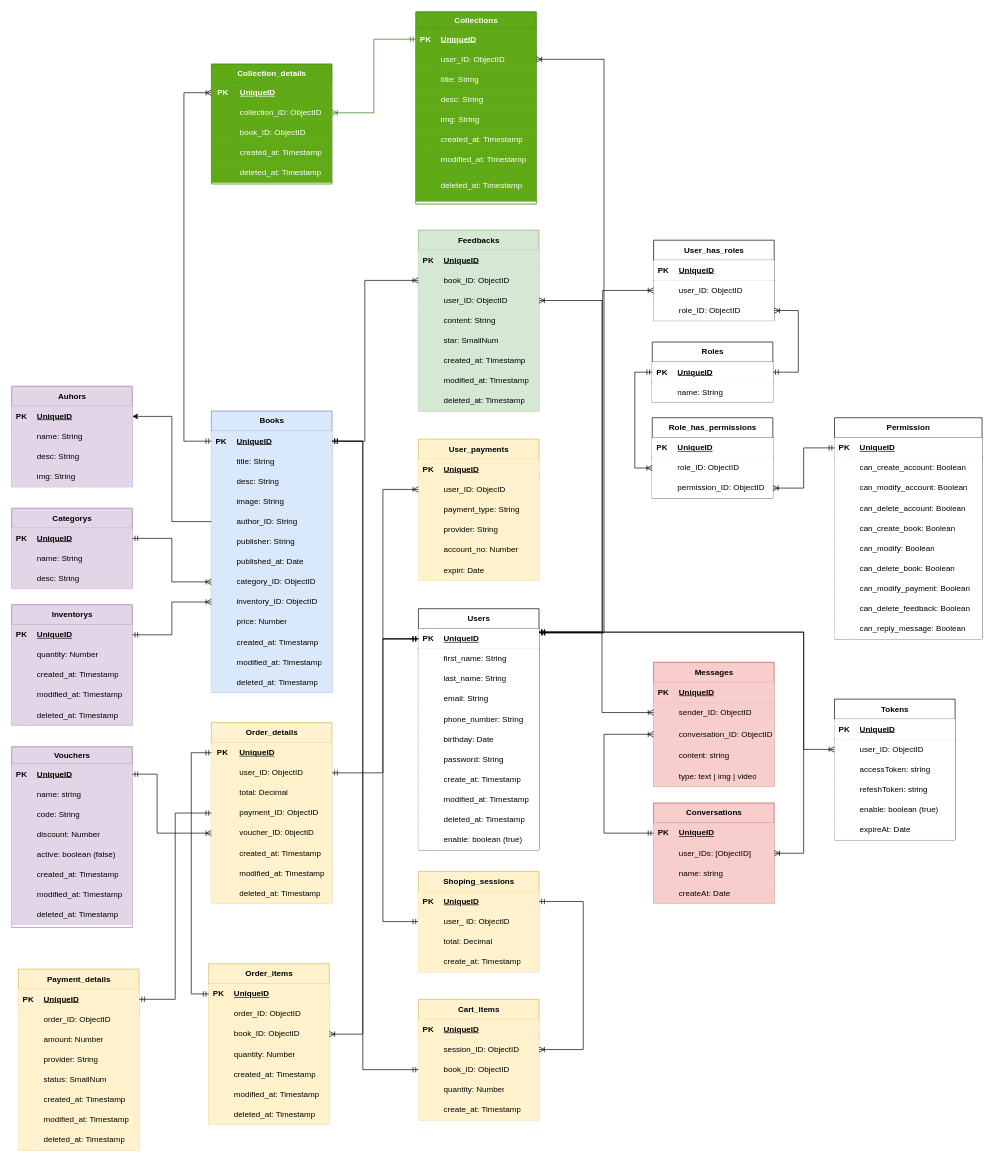
Before: Diagram-Ebook-Shop.drawio in Khanh-BangPham/Diagram-Store, a draw.io diagram. Source tidied: cells renumbered, new cells numbered last; positions are measured from the earlier drawing's top-left corner, leaving out a move shared by most shapes. Both pictures are drawn from the tidied source at 67%, with x=0, y=0 at pixel (11, 11).
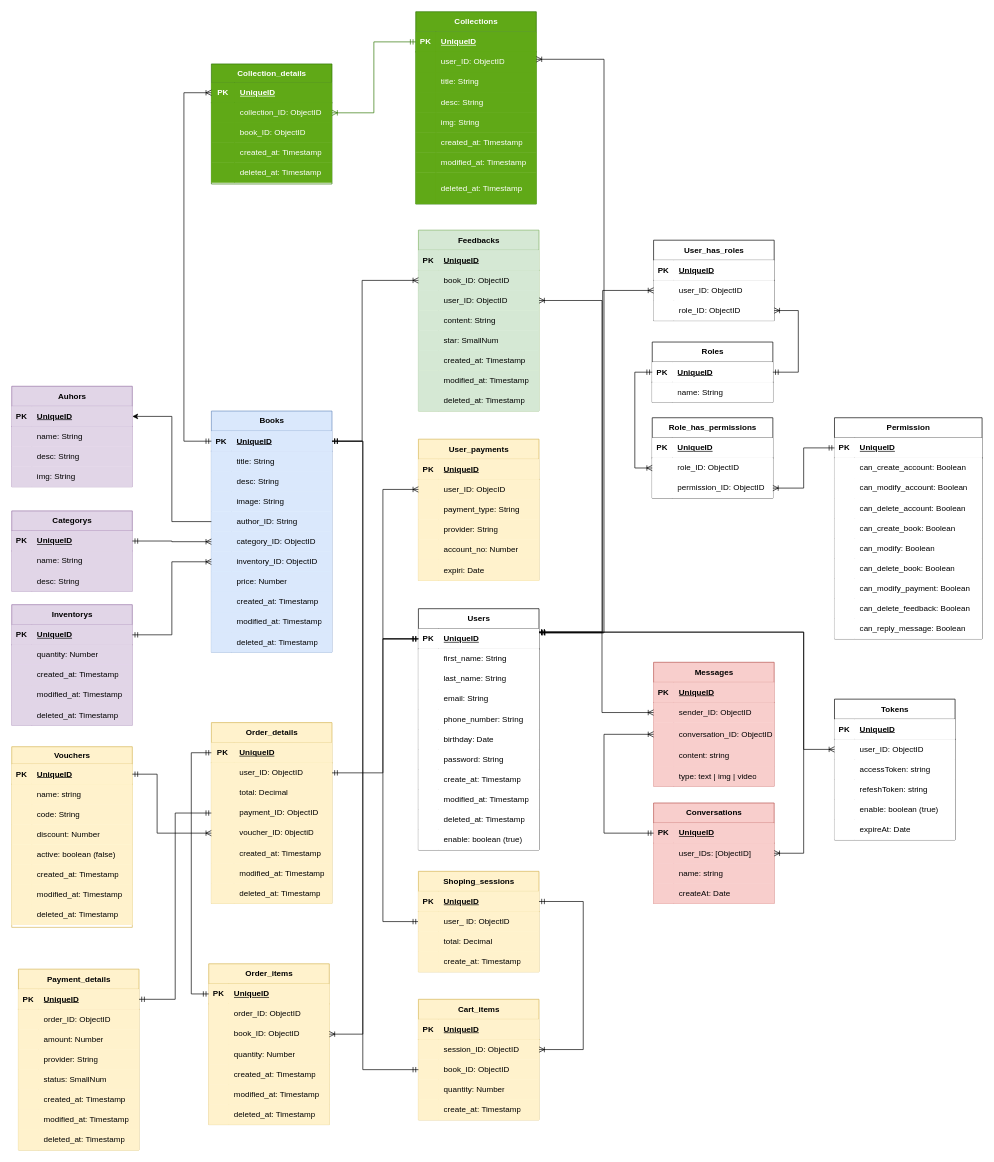
Above is the later version.

Commit message:
Cập nhật Diagram-Ebook-Shop.drawio

Unchanged cells that the change refers to:
```xml
<mxCell id="56" style="shape=tableRow;horizontal=0;startSize=0;swimlaneHead=0;swimlaneBody=0;fillColor=#dae8fc;points=[[0,0.5],[1,0.5]];portConstraint=eastwest;top=0;left=0;right=0;bottom=1;strokeColor=#6c8ebf;" parent="55" vertex="1">
  <mxGeometry y="30" width="180" height="30" as="geometry" />
</mxCell>
<mxCell id="99" style="shape=tableRow;horizontal=0;startSize=0;swimlaneHead=0;swimlaneBody=0;fillColor=#d5e8d4;points=[[0,0.5],[1,0.5]];portConstraint=eastwest;top=0;left=0;right=0;bottom=0;strokeColor=#82b366;" parent="95" vertex="1">
  <mxGeometry y="60" width="180" height="30" as="geometry" />
</mxCell>
```

Change to the diagram source:
```diff
@@
     <mxCell id="55" value="Books" style="shape=table;startSize=30;childLayout=tableLayout;rowLines=0;fontStyle=1;align=center;html=1;fillColor=#dae8fc;strokeColor=#6c8ebf;" parent="1" vertex="1">
-      <mxGeometry x="298" y="596" width="180" height="420" as="geometry" />
+      <mxGeometry x="298" y="596" width="180" height="360" as="geometry" />
     </mxCell>
@@
-    <mxCell id="71" style="shape=tableRow;horizontal=0;startSize=0;swimlaneHead=0;swimlaneBody=0;fillColor=#dae8fc;top=0;left=0;right=0;bottom=0;strokeColor=#6c8ebf;" parent="55" vertex="1">
-      <mxGeometry y="180" width="180" height="30" as="geometry" />
-    </mxCell>
-    <mxCell id="72" style="shape=partialRectangle;fillColor=#dae8fc;top=0;left=0;bottom=0;right=0;overflow=hidden;whiteSpace=wrap;html=1;strokeColor=#6c8ebf;" parent="71" vertex="1">
-      <mxGeometry width="30" height="30" as="geometry" />
-    </mxCell>
-    <mxCell id="73" value="publisher: String" style="shape=partialRectangle;fillColor=#dae8fc;top=0;left=0;bottom=0;right=0;align=left;spacingLeft=6;overflow=hidden;whiteSpace=wrap;html=1;strokeColor=#6c8ebf;" parent="71" vertex="1">
-      <mxGeometry x="30" width="150" height="30" as="geometry" />
-    </mxCell>
-    <mxCell id="74" style="shape=tableRow;horizontal=0;startSize=0;swimlaneHead=0;swimlaneBody=0;fillColor=#dae8fc;top=0;left=0;right=0;bottom=0;strokeColor=#6c8ebf;" parent="55" vertex="1">
-      <mxGeometry y="210" width="180" height="30" as="geometry" />
-    </mxCell>
-    <mxCell id="75" style="shape=partialRectangle;fillColor=#dae8fc;top=0;left=0;bottom=0;right=0;overflow=hidden;whiteSpace=wrap;html=1;strokeColor=#6c8ebf;" parent="74" vertex="1">
-      <mxGeometry width="30" height="30" as="geometry" />
-    </mxCell>
-    <mxCell id="76" value="published_at: Date" style="shape=partialRectangle;fillColor=#dae8fc;top=0;left=0;bottom=0;right=0;align=left;spacingLeft=6;overflow=hidden;whiteSpace=wrap;html=1;strokeColor=#6c8ebf;" parent="74" vertex="1">
-      <mxGeometry x="30" width="150" height="30" as="geometry" />
-    </mxCell>
     <mxCell id="77" style="shape=tableRow;horizontal=0;startSize=0;swimlaneHead=0;swimlaneBody=0;fillColor=#dae8fc;points=[[0,0.5],[1,0.5]];portConstraint=eastwest;top=0;left=0;right=0;bottom=0;strokeColor=#6c8ebf;" parent="55" vertex="1">
-      <mxGeometry y="240" width="180" height="30" as="geometry" />
+      <mxGeometry y="180" width="180" height="30" as="geometry" />
     </mxCell>
@@
     <mxCell id="80" style="shape=tableRow;horizontal=0;startSize=0;swimlaneHead=0;swimlaneBody=0;fillColor=#dae8fc;points=[[0,0.5],[1,0.5]];portConstraint=eastwest;top=0;left=0;right=0;bottom=0;strokeColor=#6c8ebf;" parent="55" vertex="1">
-      <mxGeometry y="270" width="180" height="30" as="geometry" />
+      <mxGeometry y="210" width="180" height="30" as="geometry" />
     </mxCell>
@@
     <mxCell id="83" style="shape=tableRow;horizontal=0;startSize=0;swimlaneHead=0;swimlaneBody=0;fillColor=#dae8fc;top=0;left=0;right=0;bottom=0;strokeColor=#6c8ebf;" parent="55" vertex="1">
-      <mxGeometry y="300" width="180" height="30" as="geometry" />
+      <mxGeometry y="240" width="180" height="30" as="geometry" />
     </mxCell>
@@
     <mxCell id="86" style="shape=tableRow;horizontal=0;startSize=0;swimlaneHead=0;swimlaneBody=0;fillColor=#dae8fc;top=0;left=0;right=0;bottom=0;strokeColor=#6c8ebf;" parent="55" vertex="1">
-      <mxGeometry y="330" width="180" height="30" as="geometry" />
+      <mxGeometry y="270" width="180" height="30" as="geometry" />
     </mxCell>
@@
     <mxCell id="89" style="shape=tableRow;horizontal=0;startSize=0;swimlaneHead=0;swimlaneBody=0;fillColor=#dae8fc;top=0;left=0;right=0;bottom=0;strokeColor=#6c8ebf;" parent="55" vertex="1">
-      <mxGeometry y="360" width="180" height="30" as="geometry" />
+      <mxGeometry y="300" width="180" height="30" as="geometry" />
     </mxCell>
@@
     <mxCell id="92" style="shape=tableRow;horizontal=0;startSize=0;swimlaneHead=0;swimlaneBody=0;fillColor=#dae8fc;top=0;left=0;right=0;bottom=0;strokeColor=#6c8ebf;" parent="55" vertex="1">
-      <mxGeometry y="390" width="180" height="30" as="geometry" />
+      <mxGeometry y="330" width="180" height="30" as="geometry" />
     </mxCell>
@@
     <mxCell id="120" value="Categorys" style="shape=table;startSize=30;childLayout=tableLayout;rowLines=0;fontStyle=1;align=center;html=1;fillColor=#e1d5e7;strokeColor=#9673a6;" parent="1" vertex="1">
-      <mxGeometry y="741" width="180" height="120" as="geometry" />
+      <mxGeometry y="745" width="180" height="120" as="geometry" />
     </mxCell>
@@
-    <mxCell id="159" value="Vouchers" style="shape=table;startSize=26;childLayout=tableLayout;rowLines=0;fontStyle=1;align=center;html=1;fillColor=#e1d5e7;strokeColor=#9673a6;" parent="1" vertex="1">
+    <mxCell id="159" value="Vouchers" style="shape=table;startSize=26;childLayout=tableLayout;rowLines=0;fontStyle=1;align=center;html=1;fillColor=#fff2cc;strokeColor=#d6b656;" parent="1" vertex="1">
       <mxGeometry y="1097" width="180" height="269.6" as="geometry" />
     </mxCell>
-    <mxCell id="160" style="shape=tableRow;horizontal=0;startSize=0;swimlaneHead=0;swimlaneBody=0;fillColor=#e1d5e7;points=[[0,0.5],[1,0.5]];portConstraint=eastwest;top=0;left=0;right=0;bottom=1;strokeColor=#9673a6;" parent="159" vertex="1">
+    <mxCell id="160" style="shape=tableRow;horizontal=0;startSize=0;swimlaneHead=0;swimlaneBody=0;fillColor=#fff2cc;points=[[0,0.5],[1,0.5]];portConstraint=eastwest;top=0;left=0;right=0;bottom=1;strokeColor=#d6b656;" parent="159" vertex="1">
       <mxGeometry y="26" width="180" height="30" as="geometry" />
     </mxCell>
-    <mxCell id="161" value="PK" style="shape=partialRectangle;fillColor=#e1d5e7;top=0;left=0;bottom=0;right=0;fontStyle=1;overflow=hidden;whiteSpace=wrap;html=1;strokeColor=#9673a6;" parent="160" vertex="1">
+    <mxCell id="161" value="PK" style="shape=partialRectangle;fillColor=#fff2cc;top=0;left=0;bottom=0;right=0;fontStyle=1;overflow=hidden;whiteSpace=wrap;html=1;strokeColor=#d6b656;" parent="160" vertex="1">
       <mxGeometry width="30" height="30" as="geometry" />
     </mxCell>
-    <mxCell id="162" value="UniqueID" style="shape=partialRectangle;fillColor=#e1d5e7;top=0;left=0;bottom=0;right=0;align=left;spacingLeft=6;fontStyle=5;overflow=hidden;whiteSpace=wrap;html=1;strokeColor=#9673a6;" parent="160" vertex="1">
+    <mxCell id="162" value="UniqueID" style="shape=partialRectangle;fillColor=#fff2cc;top=0;left=0;bottom=0;right=0;align=left;spacingLeft=6;fontStyle=5;overflow=hidden;whiteSpace=wrap;html=1;strokeColor=#d6b656;" parent="160" vertex="1">
       <mxGeometry x="30" width="150" height="30" as="geometry" />
     </mxCell>
-    <mxCell id="163" style="shape=tableRow;horizontal=0;startSize=0;swimlaneHead=0;swimlaneBody=0;fillColor=#e1d5e7;top=0;left=0;right=0;bottom=0;strokeColor=#9673a6;" parent="159" vertex="1">
+    <mxCell id="163" style="shape=tableRow;horizontal=0;startSize=0;swimlaneHead=0;swimlaneBody=0;fillColor=#fff2cc;top=0;left=0;right=0;bottom=0;strokeColor=#d6b656;" parent="159" vertex="1">
       <mxGeometry y="56" width="180" height="30" as="geometry" />
     </mxCell>
-    <mxCell id="164" style="shape=partialRectangle;fillColor=#e1d5e7;top=0;left=0;bottom=0;right=0;overflow=hidden;whiteSpace=wrap;html=1;strokeColor=#9673a6;" parent="163" vertex="1">
+    <mxCell id="164" style="shape=partialRectangle;fillColor=#fff2cc;top=0;left=0;bottom=0;right=0;overflow=hidden;whiteSpace=wrap;html=1;strokeColor=#d6b656;" parent="163" vertex="1">
       <mxGeometry width="30" height="30" as="geometry" />
     </mxCell>
-    <mxCell id="165" value="name: string" style="shape=partialRectangle;fillColor=#e1d5e7;top=0;left=0;bottom=0;right=0;align=left;spacingLeft=6;overflow=hidden;whiteSpace=wrap;html=1;strokeColor=#9673a6;" parent="163" vertex="1">
+    <mxCell id="165" value="name: string" style="shape=partialRectangle;fillColor=#fff2cc;top=0;left=0;bottom=0;right=0;align=left;spacingLeft=6;overflow=hidden;whiteSpace=wrap;html=1;strokeColor=#d6b656;" parent="163" vertex="1">
       <mxGeometry x="30" width="150" height="30" as="geometry" />
     </mxCell>
-    <mxCell id="166" style="shape=tableRow;horizontal=0;startSize=0;swimlaneHead=0;swimlaneBody=0;fillColor=#e1d5e7;top=0;left=0;right=0;bottom=0;strokeColor=#9673a6;" parent="159" vertex="1">
+    <mxCell id="166" style="shape=tableRow;horizontal=0;startSize=0;swimlaneHead=0;swimlaneBody=0;fillColor=#fff2cc;top=0;left=0;right=0;bottom=0;strokeColor=#d6b656;" parent="159" vertex="1">
       <mxGeometry y="86" width="180" height="30" as="geometry" />
     </mxCell>
-    <mxCell id="167" style="shape=partialRectangle;fillColor=#e1d5e7;top=0;left=0;bottom=0;right=0;overflow=hidden;whiteSpace=wrap;html=1;strokeColor=#9673a6;" parent="166" vertex="1">
+    <mxCell id="167" style="shape=partialRectangle;fillColor=#fff2cc;top=0;left=0;bottom=0;right=0;overflow=hidden;whiteSpace=wrap;html=1;strokeColor=#d6b656;" parent="166" vertex="1">
       <mxGeometry width="30" height="30" as="geometry" />
     </mxCell>
-    <mxCell id="168" value="code: String" style="shape=partialRectangle;fillColor=#e1d5e7;top=0;left=0;bottom=0;right=0;align=left;spacingLeft=6;overflow=hidden;whiteSpace=wrap;html=1;strokeColor=#9673a6;" parent="166" vertex="1">
+    <mxCell id="168" value="code: String" style="shape=partialRectangle;fillColor=#fff2cc;top=0;left=0;bottom=0;right=0;align=left;spacingLeft=6;overflow=hidden;whiteSpace=wrap;html=1;strokeColor=#d6b656;" parent="166" vertex="1">
       <mxGeometry x="30" width="150" height="30" as="geometry" />
     </mxCell>
-    <mxCell id="169" style="shape=tableRow;horizontal=0;startSize=0;swimlaneHead=0;swimlaneBody=0;fillColor=#e1d5e7;top=0;left=0;right=0;bottom=0;strokeColor=#9673a6;" parent="159" vertex="1">
+    <mxCell id="169" style="shape=tableRow;horizontal=0;startSize=0;swimlaneHead=0;swimlaneBody=0;fillColor=#fff2cc;top=0;left=0;right=0;bottom=0;strokeColor=#d6b656;" parent="159" vertex="1">
       <mxGeometry y="116" width="180" height="30" as="geometry" />
     </mxCell>
-    <mxCell id="170" style="shape=partialRectangle;fillColor=#e1d5e7;top=0;left=0;bottom=0;right=0;overflow=hidden;whiteSpace=wrap;html=1;strokeColor=#9673a6;" parent="169" vertex="1">
+    <mxCell id="170" style="shape=partialRectangle;fillColor=#fff2cc;top=0;left=0;bottom=0;right=0;overflow=hidden;whiteSpace=wrap;html=1;strokeColor=#d6b656;" parent="169" vertex="1">
       <mxGeometry width="30" height="30" as="geometry" />
     </mxCell>
-    <mxCell id="171" value="discount: Number" style="shape=partialRectangle;fillColor=#e1d5e7;top=0;left=0;bottom=0;right=0;align=left;spacingLeft=6;overflow=hidden;whiteSpace=wrap;html=1;strokeColor=#9673a6;" parent="169" vertex="1">
+    <mxCell id="171" value="discount: Number" style="shape=partialRectangle;fillColor=#fff2cc;top=0;left=0;bottom=0;right=0;align=left;spacingLeft=6;overflow=hidden;whiteSpace=wrap;html=1;strokeColor=#d6b656;" parent="169" vertex="1">
       <mxGeometry x="30" width="150" height="30" as="geometry" />
     </mxCell>
-    <mxCell id="172" style="shape=tableRow;horizontal=0;startSize=0;swimlaneHead=0;swimlaneBody=0;fillColor=#e1d5e7;top=0;left=0;right=0;bottom=0;strokeColor=#9673a6;" parent="159" vertex="1">
+    <mxCell id="172" style="shape=tableRow;horizontal=0;startSize=0;swimlaneHead=0;swimlaneBody=0;fillColor=#fff2cc;top=0;left=0;right=0;bottom=0;strokeColor=#d6b656;" parent="159" vertex="1">
       <mxGeometry y="146" width="180" height="30" as="geometry" />
     </mxCell>
-    <mxCell id="173" style="shape=partialRectangle;fillColor=#e1d5e7;top=0;left=0;bottom=0;right=0;overflow=hidden;whiteSpace=wrap;html=1;strokeColor=#9673a6;" parent="172" vertex="1">
+    <mxCell id="173" style="shape=partialRectangle;fillColor=#fff2cc;top=0;left=0;bottom=0;right=0;overflow=hidden;whiteSpace=wrap;html=1;strokeColor=#d6b656;" parent="172" vertex="1">
       <mxGeometry width="30" height="30" as="geometry" />
     </mxCell>
-    <mxCell id="174" value="active: boolean (false)" style="shape=partialRectangle;fillColor=#e1d5e7;top=0;left=0;bottom=0;right=0;align=left;spacingLeft=6;overflow=hidden;whiteSpace=wrap;html=1;strokeColor=#9673a6;" parent="172" vertex="1">
+    <mxCell id="174" value="active: boolean (false)" style="shape=partialRectangle;fillColor=#fff2cc;top=0;left=0;bottom=0;right=0;align=left;spacingLeft=6;overflow=hidden;whiteSpace=wrap;html=1;strokeColor=#d6b656;" parent="172" vertex="1">
       <mxGeometry x="30" width="150" height="30" as="geometry" />
     </mxCell>
-    <mxCell id="175" style="shape=tableRow;horizontal=0;startSize=0;swimlaneHead=0;swimlaneBody=0;fillColor=#e1d5e7;top=0;left=0;right=0;bottom=0;strokeColor=#9673a6;" parent="159" vertex="1">
+    <mxCell id="175" style="shape=tableRow;horizontal=0;startSize=0;swimlaneHead=0;swimlaneBody=0;fillColor=#fff2cc;top=0;left=0;right=0;bottom=0;strokeColor=#d6b656;" parent="159" vertex="1">
       <mxGeometry y="176" width="180" height="30" as="geometry" />
     </mxCell>
-    <mxCell id="176" style="shape=partialRectangle;fillColor=#e1d5e7;top=0;left=0;bottom=0;right=0;overflow=hidden;whiteSpace=wrap;html=1;strokeColor=#9673a6;" parent="175" vertex="1">
+    <mxCell id="176" style="shape=partialRectangle;fillColor=#fff2cc;top=0;left=0;bottom=0;right=0;overflow=hidden;whiteSpace=wrap;html=1;strokeColor=#d6b656;" parent="175" vertex="1">
       <mxGeometry width="30" height="30" as="geometry" />
     </mxCell>
-    <mxCell id="177" value="created_at: Timestamp" style="shape=partialRectangle;fillColor=#e1d5e7;top=0;left=0;bottom=0;right=0;align=left;spacingLeft=6;overflow=hidden;whiteSpace=wrap;html=1;strokeColor=#9673a6;" parent="175" vertex="1">
+    <mxCell id="177" value="created_at: Timestamp" style="shape=partialRectangle;fillColor=#fff2cc;top=0;left=0;bottom=0;right=0;align=left;spacingLeft=6;overflow=hidden;whiteSpace=wrap;html=1;strokeColor=#d6b656;" parent="175" vertex="1">
       <mxGeometry x="30" width="150" height="30" as="geometry" />
     </mxCell>
-    <mxCell id="178" style="shape=tableRow;horizontal=0;startSize=0;swimlaneHead=0;swimlaneBody=0;fillColor=#e1d5e7;top=0;left=0;right=0;bottom=0;strokeColor=#9673a6;" parent="159" vertex="1">
+    <mxCell id="178" style="shape=tableRow;horizontal=0;startSize=0;swimlaneHead=0;swimlaneBody=0;fillColor=#fff2cc;top=0;left=0;right=0;bottom=0;strokeColor=#d6b656;" parent="159" vertex="1">
       <mxGeometry y="206" width="180" height="30" as="geometry" />
     </mxCell>
-    <mxCell id="179" style="shape=partialRectangle;fillColor=#e1d5e7;top=0;left=0;bottom=0;right=0;overflow=hidden;whiteSpace=wrap;html=1;strokeColor=#9673a6;" parent="178" vertex="1">
+    <mxCell id="179" style="shape=partialRectangle;fillColor=#fff2cc;top=0;left=0;bottom=0;right=0;overflow=hidden;whiteSpace=wrap;html=1;strokeColor=#d6b656;" parent="178" vertex="1">
       <mxGeometry width="30" height="30" as="geometry" />
     </mxCell>
-    <mxCell id="180" value="modified_at: Timestamp" style="shape=partialRectangle;fillColor=#e1d5e7;top=0;left=0;bottom=0;right=0;align=left;spacingLeft=6;overflow=hidden;whiteSpace=wrap;html=1;strokeColor=#9673a6;" parent="178" vertex="1">
+    <mxCell id="180" value="modified_at: Timestamp" style="shape=partialRectangle;fillColor=#fff2cc;top=0;left=0;bottom=0;right=0;align=left;spacingLeft=6;overflow=hidden;whiteSpace=wrap;html=1;strokeColor=#d6b656;" parent="178" vertex="1">
       <mxGeometry x="30" width="150" height="30" as="geometry" />
     </mxCell>
-    <mxCell id="181" style="shape=tableRow;horizontal=0;startSize=0;swimlaneHead=0;swimlaneBody=0;fillColor=#e1d5e7;top=0;left=0;right=0;bottom=0;strokeColor=#9673a6;" parent="159" vertex="1">
+    <mxCell id="181" style="shape=tableRow;horizontal=0;startSize=0;swimlaneHead=0;swimlaneBody=0;fillColor=#fff2cc;top=0;left=0;right=0;bottom=0;strokeColor=#d6b656;" parent="159" vertex="1">
       <mxGeometry y="236" width="180" height="30" as="geometry" />
     </mxCell>
-    <mxCell id="182" style="shape=partialRectangle;fillColor=#e1d5e7;top=0;left=0;bottom=0;right=0;overflow=hidden;whiteSpace=wrap;html=1;strokeColor=#9673a6;" parent="181" vertex="1">
+    <mxCell id="182" style="shape=partialRectangle;fillColor=#fff2cc;top=0;left=0;bottom=0;right=0;overflow=hidden;whiteSpace=wrap;html=1;strokeColor=#d6b656;" parent="181" vertex="1">
       <mxGeometry width="30" height="30" as="geometry" />
     </mxCell>
-    <mxCell id="183" value="deleted_at: Timestamp" style="shape=partialRectangle;fillColor=#e1d5e7;top=0;left=0;bottom=0;right=0;align=left;spacingLeft=6;overflow=hidden;whiteSpace=wrap;html=1;strokeColor=#9673a6;" parent="181" vertex="1">
+    <mxCell id="183" value="deleted_at: Timestamp" style="shape=partialRectangle;fillColor=#fff2cc;top=0;left=0;bottom=0;right=0;align=left;spacingLeft=6;overflow=hidden;whiteSpace=wrap;html=1;strokeColor=#d6b656;" parent="181" vertex="1">
       <mxGeometry x="30" width="150" height="30" as="geometry" />
     </mxCell>
@@
     <mxCell id="332" style="edgeStyle=orthogonalEdgeStyle;rounded=0;jettySize=auto;html=1;endArrow=ERmandOne;endFill=0;startArrow=ERoneToMany;startFill=0;exitX=0;exitY=0.5;exitDx=0;exitDy=0;" parent="1" edge="1" source="99" target="56">
       <mxGeometry relative="1" as="geometry">
         <Array as="points">
-          <mxPoint x="527" y="401" />
-          <mxPoint x="527" y="641" />
+          <mxPoint x="523" y="401" />
+          <mxPoint x="523" y="641" />
         </Array>
       </mxGeometry>
     </mxCell>
@@
-    <mxCell id="428" value="Collections" style="shape=table;startSize=26;childLayout=tableLayout;rowLines=0;fontStyle=1;align=center;html=1;fillColor=#60a917;strokeColor=#2D7600;fontColor=#ffffff;" parent="1" vertex="1">
+    <mxCell id="428" value="Collections" style="shape=table;startSize=30;childLayout=tableLayout;rowLines=0;fontStyle=1;align=center;html=1;fillColor=#60a917;strokeColor=#2D7600;fontColor=#ffffff;" parent="1" vertex="1">
       <mxGeometry x="603" width="180" height="287.1" as="geometry" />
     </mxCell>
     <mxCell id="429" style="shape=tableRow;horizontal=0;startSize=0;swimlaneHead=0;swimlaneBody=0;fillColor=#60a917;points=[[0,0.5],[1,0.5]];portConstraint=eastwest;top=0;left=0;right=0;bottom=1;strokeColor=#2D7600;fontColor=#ffffff;" parent="428" vertex="1">
-      <mxGeometry y="26" width="180" height="30" as="geometry" />
+      <mxGeometry y="30" width="180" height="30" as="geometry" />
     </mxCell>
@@
     <mxCell id="432" style="shape=tableRow;horizontal=0;startSize=0;swimlaneHead=0;swimlaneBody=0;fillColor=#60a917;points=[[0,0.5],[1,0.5]];portConstraint=eastwest;top=0;left=0;right=0;bottom=0;strokeColor=#2D7600;fontColor=#ffffff;" parent="428" vertex="1">
-      <mxGeometry y="56" width="180" height="30" as="geometry" />
+      <mxGeometry y="60" width="180" height="30" as="geometry" />
     </mxCell>
@@
     <mxCell id="435" style="shape=tableRow;horizontal=0;startSize=0;swimlaneHead=0;swimlaneBody=0;fillColor=#60a917;top=0;left=0;right=0;bottom=0;strokeColor=#2D7600;fontColor=#ffffff;" parent="428" vertex="1">
-      <mxGeometry y="86" width="180" height="30" as="geometry" />
+      <mxGeometry y="90" width="180" height="30" as="geometry" />
     </mxCell>
@@
     <mxCell id="438" style="shape=tableRow;horizontal=0;startSize=0;swimlaneHead=0;swimlaneBody=0;fillColor=#60a917;top=0;left=0;right=0;bottom=0;strokeColor=#2D7600;fontColor=#ffffff;" parent="428" vertex="1">
-      <mxGeometry y="116" width="180" height="30" as="geometry" />
+      <mxGeometry y="120" width="180" height="30" as="geometry" />
     </mxCell>
@@
     <mxCell id="441" style="shape=tableRow;horizontal=0;startSize=0;swimlaneHead=0;swimlaneBody=0;fillColor=#60a917;top=0;left=0;right=0;bottom=0;strokeColor=#2D7600;fontColor=#ffffff;" parent="428" vertex="1">
-      <mxGeometry y="146" width="180" height="30" as="geometry" />
+      <mxGeometry y="150" width="180" height="30" as="geometry" />
     </mxCell>
@@
     <mxCell id="444" style="shape=tableRow;horizontal=0;startSize=0;swimlaneHead=0;swimlaneBody=0;fillColor=#60a917;top=0;left=0;right=0;bottom=0;strokeColor=#2D7600;fontColor=#ffffff;" parent="428" vertex="1">
-      <mxGeometry y="176" width="180" height="30" as="geometry" />
+      <mxGeometry y="180" width="180" height="30" as="geometry" />
     </mxCell>
@@
     <mxCell id="447" style="shape=tableRow;horizontal=0;startSize=0;swimlaneHead=0;swimlaneBody=0;fillColor=#60a917;top=0;left=0;right=0;bottom=0;strokeColor=#2D7600;fontColor=#ffffff;" parent="428" vertex="1">
-      <mxGeometry y="206" width="180" height="30" as="geometry" />
+      <mxGeometry y="210" width="180" height="30" as="geometry" />
     </mxCell>
@@
     <mxCell id="450" style="shape=tableRow;horizontal=0;startSize=0;swimlaneHead=0;swimlaneBody=0;fillColor=#60a917;top=0;left=0;right=0;bottom=0;strokeColor=#2D7600;fontColor=#ffffff;" parent="428" vertex="1">
-      <mxGeometry y="236" width="180" height="47" as="geometry" />
+      <mxGeometry y="240" width="180" height="47" as="geometry" />
     </mxCell>
```
